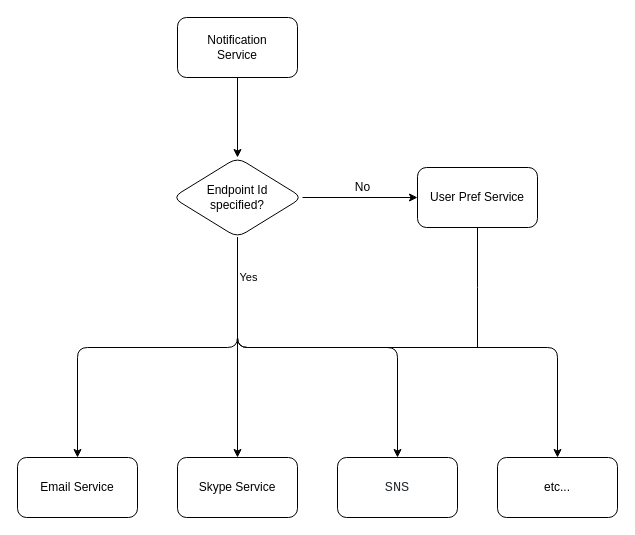
Earlier version of the draw.io diagram page "Workflow" (3 of 4) of Drawings/NotificationService/NotificationService.drawio (RMSLowside/rmslow). Source tidied: cells renumbered, new cells numbered last; positions are measured from the earlier drawing's top-left corner, leaving out a move shared by most shapes. Both pictures are drawn from the tidied source at 100%, with x=0, y=0 at pixel (17, 17).
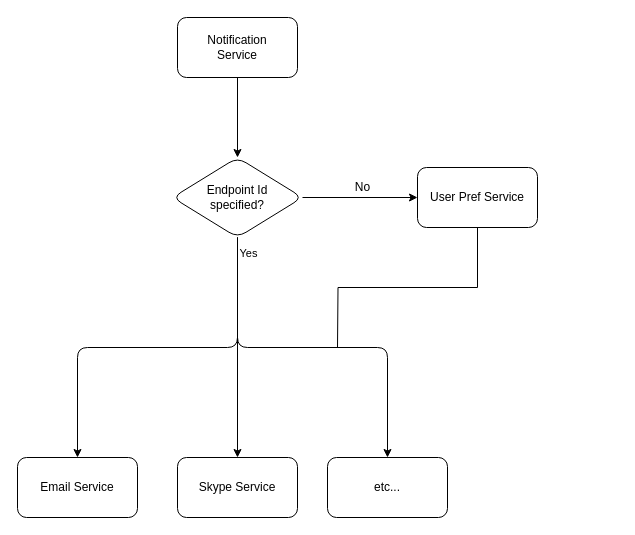
Above is the later version.

Diff of the diagram source:
```diff
@@
 <mxGraphModel>
   <root>
     <mxCell id="0" />
     <mxCell id="1" parent="0" />
     <mxCell id="2" style="edgeStyle=orthogonalEdgeStyle;jettySize=auto;html=1;exitX=0.5;exitY=1;exitDx=0;exitDy=0;" parent="1" edge="1" source="16" target="9">
       <mxGeometry relative="1" as="geometry" />
     </mxCell>
     <mxCell id="3" style="edgeStyle=orthogonalEdgeStyle;jettySize=auto;html=1;exitX=0.5;exitY=1;exitDx=0;exitDy=0;" parent="1" edge="1" source="16" target="10">
       <mxGeometry relative="1" as="geometry" />
     </mxCell>
-    <mxCell id="4" style="edgeStyle=orthogonalEdgeStyle;jettySize=auto;html=1;exitX=0.5;exitY=1;exitDx=0;exitDy=0;" parent="1" edge="1" source="16" target="11">
-      <mxGeometry relative="1" as="geometry" />
-    </mxCell>
     <mxCell id="5" style="edgeStyle=orthogonalEdgeStyle;jettySize=auto;html=1;exitX=0.5;exitY=1;exitDx=0;exitDy=0;entryX=0.5;entryY=0;entryDx=0;entryDy=0;" parent="1" edge="1" source="16" target="12">
       <mxGeometry relative="1" as="geometry" />
     </mxCell>
     <mxCell id="6" value="Yes" style="edgeLabel;html=1;align=center;verticalAlign=middle;rounded=1;" parent="5" vertex="1">
       <mxGeometry x="-0.71" y="-2" relative="1" as="geometry">
         <mxPoint x="12" y="-39" as="offset" />
       </mxGeometry>
     </mxCell>
     <mxCell id="7" style="edgeStyle=orthogonalEdgeStyle;jettySize=auto;html=1;exitX=1;exitY=0.5;exitDx=0;exitDy=0;" parent="1" edge="1" source="16" target="14">
       <mxGeometry relative="1" as="geometry" />
     </mxCell>
     <mxCell id="8" value="Notification &lt;br&gt;Service" style="whiteSpace=wrap;html=1;rounded=1;" parent="1" vertex="1">
       <mxGeometry x="160" width="120" height="60" as="geometry" />
     </mxCell>
     <mxCell id="9" value="Email Service" style="whiteSpace=wrap;html=1;rounded=1;" parent="1" vertex="1">
       <mxGeometry y="440" width="120" height="60" as="geometry" />
     </mxCell>
     <mxCell id="10" value="Skype Service" style="whiteSpace=wrap;html=1;rounded=1;" parent="1" vertex="1">
       <mxGeometry x="160" y="440" width="120" height="60" as="geometry" />
     </mxCell>
-    <mxCell id="11" value="&lt;pre style=&quot;box-sizing: border-box ; font-family: , &amp;#34;consolas&amp;#34; , &amp;#34;liberation mono&amp;#34; , &amp;#34;menlo&amp;#34; , monospace ; font-size: 13.6px ; margin-top: 0px ; margin-bottom: 0px ; overflow-wrap: normal ; padding: 16px ; overflow: auto ; line-height: 1.45 ; border-radius: 6px ; word-break: normal ; color: rgb(36 , 41 , 46)&quot;&gt;&lt;span class=&quot;pl-s&quot; style=&quot;box-sizing: border-box&quot;&gt;SNS&lt;/span&gt;&lt;/pre&gt;" style="whiteSpace=wrap;html=1;rounded=1;" parent="1" vertex="1">
-      <mxGeometry x="320" y="440" width="120" height="60" as="geometry" />
-    </mxCell>
     <mxCell id="12" value="etc..." style="whiteSpace=wrap;html=1;rounded=1;" parent="1" vertex="1">
-      <mxGeometry x="480" y="440" width="120" height="60" as="geometry" />
+      <mxGeometry x="310" y="440" width="120" height="60" as="geometry" />
     </mxCell>
-    <mxCell id="13" style="edgeStyle=orthogonalEdgeStyle;rounded=0;jettySize=auto;html=1;endArrow=none;endFill=0;" parent="1" edge="1" source="14">
-      <mxGeometry relative="1" as="geometry">
-        <mxPoint x="460" y="330" as="targetPoint" />
-      </mxGeometry>
-    </mxCell>
+    <mxCell id="18" style="edgeStyle=orthogonalEdgeStyle;rounded=0;jettySize=auto;html=1;exitX=0.5;exitY=1;exitDx=0;exitDy=0;endArrow=none;endFill=0;" parent="1" edge="1" source="14">
+      <mxGeometry relative="1" as="geometry">
+        <mxPoint x="320" y="330" as="targetPoint" />
+      </mxGeometry>
+    </mxCell>
     <mxCell id="14" value="User Pref Service" style="whiteSpace=wrap;html=1;rounded=1;" parent="1" vertex="1">
       <mxGeometry x="400" y="150" width="120" height="60" as="geometry" />
     </mxCell>
     <mxCell id="15" style="edgeStyle=orthogonalEdgeStyle;jettySize=auto;html=1;entryX=0.5;entryY=1;entryDx=0;entryDy=0;exitX=0.5;exitY=0;exitDx=0;exitDy=0;endArrow=none;endFill=0;startArrow=classic;startFill=1;" parent="1" edge="1" source="16" target="8">
       <mxGeometry relative="1" as="geometry" />
     </mxCell>
     <mxCell id="16" value="Endpoint Id &lt;br&gt;specified?" style="rhombus;whiteSpace=wrap;html=1;rounded=1;" parent="1" vertex="1">
       <mxGeometry x="155" y="140" width="130" height="80" as="geometry" />
     </mxCell>
     <mxCell id="17" value="No" style="text;html=1;align=center;verticalAlign=middle;rounded=1;" parent="1" vertex="1">
       <mxGeometry x="330" y="160" width="30" height="20" as="geometry" />
     </mxCell>
   </root>
 </mxGraphModel>
```
